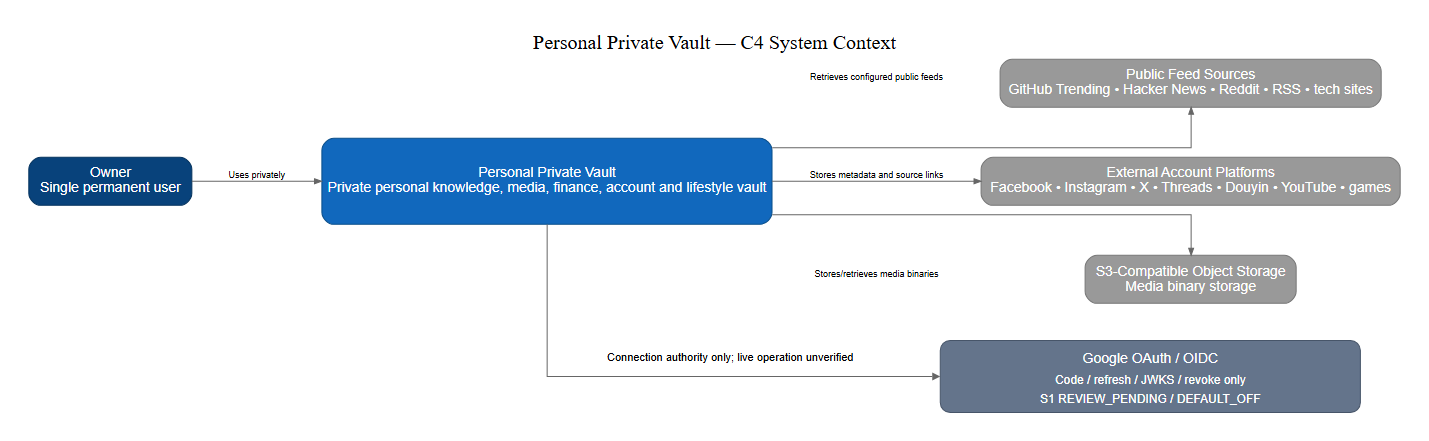
vhvkhangg/personal-private-vault keeps this Graphviz diagram as docs/architecture/diagrams/exported/system-context.png. Above is the earlier version. Its source is kept beside it as docs/architecture/diagrams/source/system-context.dot.
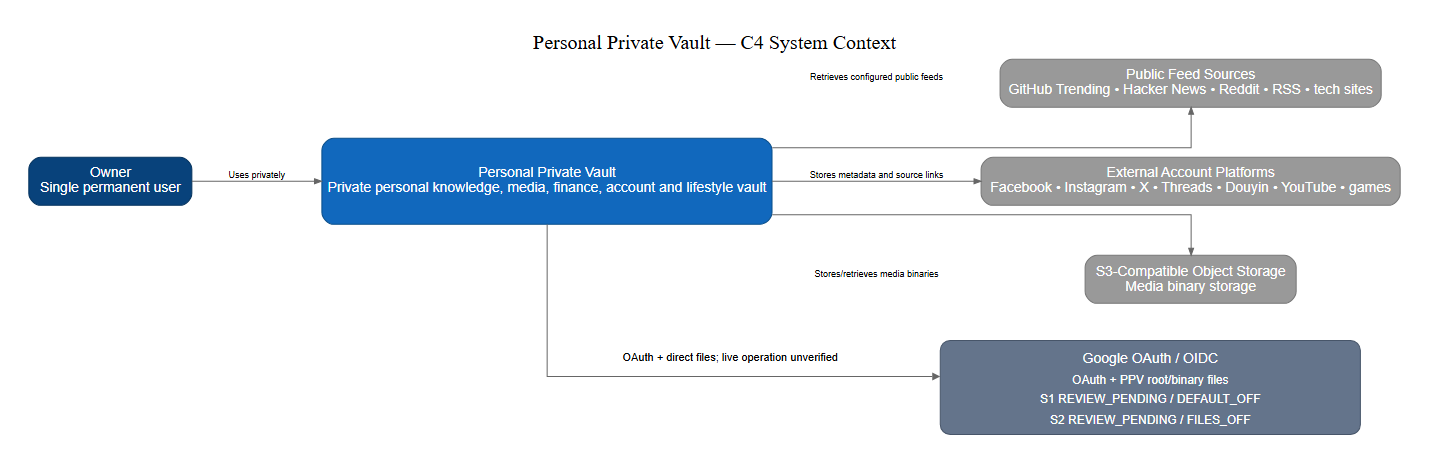
After the commit.

Change to the diagram source:
```diff
@@ -12,7 +12,7 @@
 Facebook • Instagram • X • Threads • Douyin • YouTube • games", fillcolor="#999999", fontcolor="white", color="#777777"];
  storage [label="S3-Compatible Object Storage
 Media binary storage", fillcolor="#999999", fontcolor="white", color="#777777"];
- google [label="Google OAuth / OIDC\nCode / refresh / JWKS / revoke only\n[S1 REVIEW_PENDING / DEFAULT_OFF]", fillcolor="#999999", fontcolor="white", color="#777777"];
+ google [label="Google OAuth / OIDC\nOAuth + PPV root/binary files\n[S1 REVIEW_PENDING / DEFAULT_OFF]\n[S2 REVIEW_PENDING / FILES_OFF]", fillcolor="#999999", fontcolor="white", color="#777777"];
  owner -> vault [label="Uses privately"];
  vault -> feeds [label="Retrieves configured public feeds"];
  vault -> social [label="Stores metadata and source links"];
```
